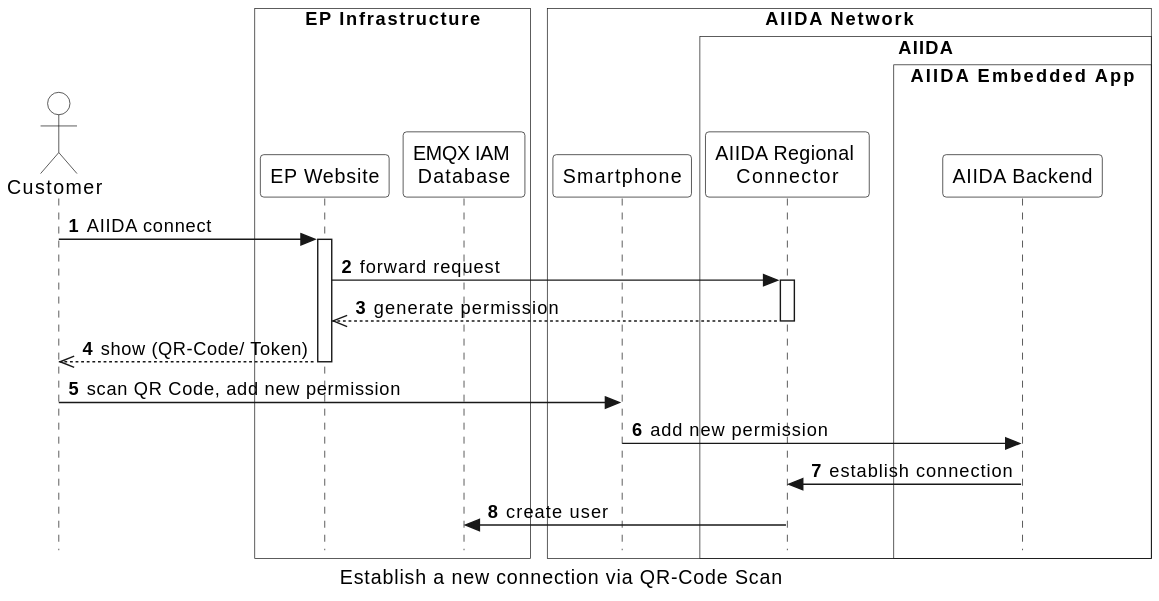
Earlier version of the PlantUML export arc42/aiida/runtime-view/figures/aiida_new_connection_qr.svg (eddie-energy/architecture). The source it was exported from:
```plantuml
@startuml
caption Establish a new connection via QR-Code Scan

skinparam style strictuml
skinparam sequence {
  ParticipantBackgroundColor transparent
  ActorBackgroundColor transparent
}

autonumber
!pragma teoz true

actor "Customer" as user
box "EP Infrastructure" #transparent
  participant "EP Website" as website
  participant "EMQX IAM \nDatabase" as database
end box
box "\tAIIDA Network\t\t"  #transparent
  participant "Smartphone" as smartphone
    box "AIIDA" #transparent
    participant "AIIDA Regional \nConnector" as connector
       box "AIIDA Embedded App" #transparent
      participant "AIIDA Backend" as backend
    end box
  end box


user -> website : AIIDA connect
activate website
website -> connector : forward request
activate connector
connector -->> website : generate permission
deactivate connector
  website -->> user : show (QR-Code/ Token)
deactivate website


  user -> smartphone : scan QR Code, add new permission

    smartphone -> backend : add new permission


    backend -> connector : establish connection

    connector -> database : create user
@enduml
```
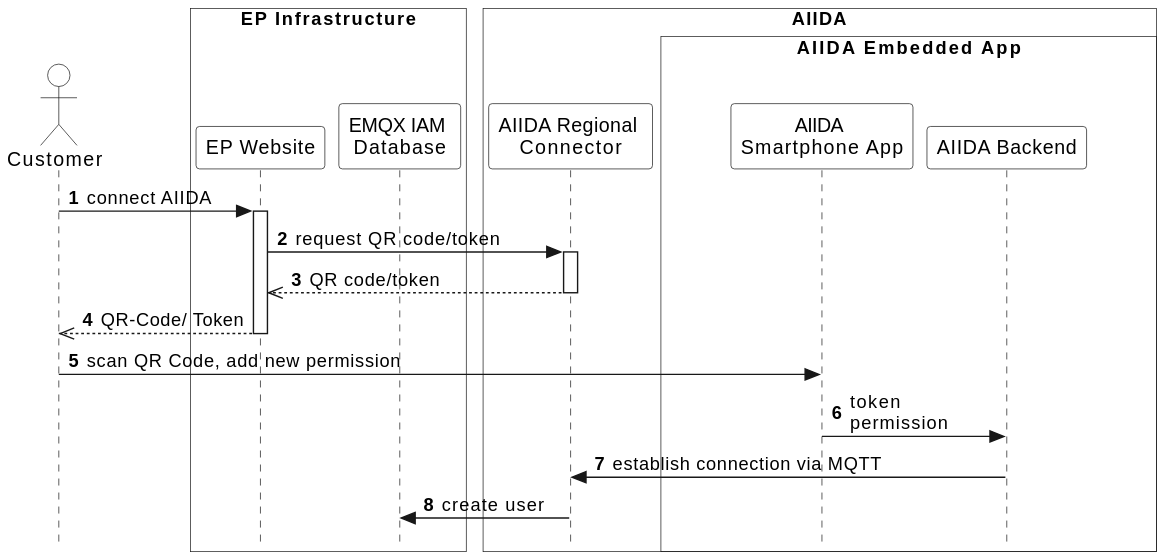
Above is the later version.

Diff of the diagram source:
```diff
@@ -1,5 +1,4 @@
 @startuml
-caption Establish a new connection via QR-Code Scan
 
 skinparam style strictuml
 skinparam sequence {
@@ -12,35 +11,28 @@
 
 actor "Customer" as user
 box "EP Infrastructure" #transparent
-  participant "EP Website" as website
-  participant "EMQX IAM \nDatabase" as database
+participant "EP Website" as website
+participant "EMQX IAM \nDatabase" as database
 end box
-box "\tAIIDA Network\t\t"  #transparent
-  participant "Smartphone" as smartphone
-    box "AIIDA" #transparent
-    participant "AIIDA Regional \nConnector" as connector
-       box "AIIDA Embedded App" #transparent
-      participant "AIIDA Backend" as backend
-    end box
-  end box
+box "\tAIIDA\t\t"  #transparent
+participant "AIIDA Regional \nConnector" as connector
+box "\t\tAIIDA Embedded App\t\t"  #transparent
+participant "AIIDA \nSmartphone App" as frontend
+participant "AIIDA Backend" as backend
+end box
+end box
 
-
-user -> website : AIIDA connect
+user -> website : connect AIIDA
 activate website
-website -> connector : forward request
+website -> connector : request QR code/token
 activate connector
-connector -->> website : generate permission
+connector -->> website : QR code/token
 deactivate connector
-  website -->> user : show (QR-Code/ Token)
+website -->> user : QR-Code/ Token
 deactivate website
 
-
-  user -> smartphone : scan QR Code, add new permission
-
-    smartphone -> backend : add new permission
-
-
-    backend -> connector : establish connection
-
-    connector -> database : create user
+user -> frontend : scan QR Code, add new permission
+frontend -> backend : token \npermission
+backend -> connector : establish connection via MQTT
+connector -> database : create user
 @enduml
```
